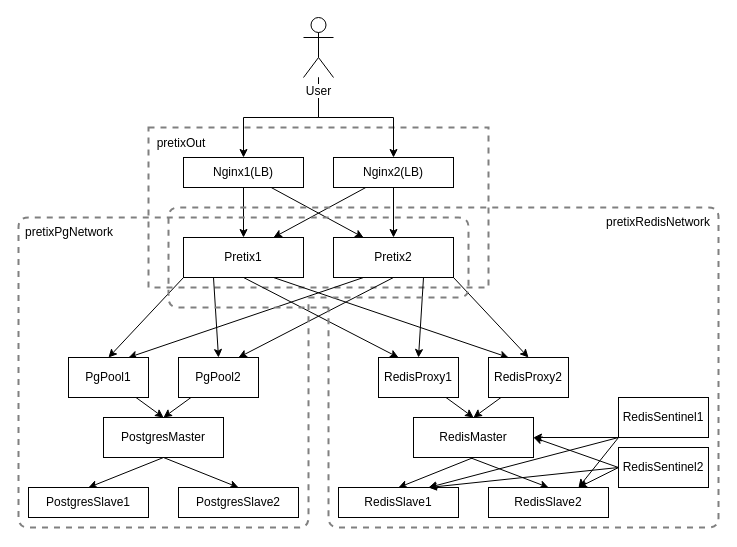
This is docs/reports/IntermediateReport/diagrams/InfrastructureArchitecture.drawio from FilipeLopesPires/Pretix-DistributedDeployment, a draw.io file, before an edit. Source tidied: cells renumbered, new cells numbered last; positions are measured from the earlier drawing's top-left corner, leaving out a move shared by most shapes. Both pictures are drawn from the tidied source at 100%, with x=0, y=0 at pixel (18, 17).
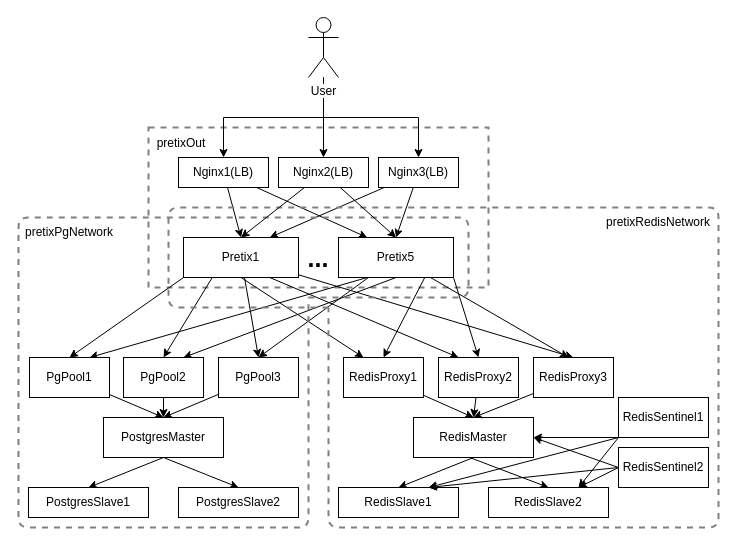
The same page after the edit.

Commit message (it also covers changes not shown here):
added locust Dockerfile and updated arch diagram

The change refers to these unchanged cells:
```xml
<mxCell id="32" value="PostgresMaster" style="rounded=0;whiteSpace=wrap;html=1;" parent="1" vertex="1">
  <mxGeometry x="85" y="400" width="120" height="40" as="geometry" />
</mxCell>
<mxCell id="35" value="RedisMaster" style="rounded=0;whiteSpace=wrap;html=1;" parent="1" vertex="1">
  <mxGeometry x="395" y="400" width="120" height="40" as="geometry" />
</mxCell>
```

The edit, as a diff of the source:
```diff
@@
     <mxCell id="3" style="edgeStyle=orthogonalEdgeStyle;rounded=0;jettySize=auto;html=1;entryX=0.5;entryY=0;entryDx=0;entryDy=0;" parent="1" edge="1" source="5" target="8">
       <mxGeometry relative="1" as="geometry">
         <Array as="points">
-          <mxPoint x="300" y="100" />
-          <mxPoint x="225" y="100" />
+          <mxPoint x="305" y="100" />
+          <mxPoint x="205" y="100" />
         </Array>
       </mxGeometry>
     </mxCell>
     <mxCell id="4" style="edgeStyle=orthogonalEdgeStyle;rounded=0;jettySize=auto;html=1;entryX=0.5;entryY=0;entryDx=0;entryDy=0;" parent="1" edge="1" source="5" target="11">
       <mxGeometry relative="1" as="geometry">
         <Array as="points">
-          <mxPoint x="300" y="100" />
-          <mxPoint x="375" y="100" />
+          <mxPoint x="305" y="100" />
+          <mxPoint x="400" y="100" />
         </Array>
       </mxGeometry>
     </mxCell>
+    <mxCell id="52" style="edgeStyle=orthogonalEdgeStyle;rounded=0;jettySize=auto;html=1;entryX=0.5;entryY=0;entryDx=0;entryDy=0;" parent="1" edge="1" source="5" target="59">
+      <mxGeometry relative="1" as="geometry" />
+    </mxCell>
     <mxCell id="5" value="&lt;div&gt;User&lt;/div&gt;" style="shape=umlActor;verticalLabelPosition=bottom;labelBackgroundColor=#ffffff;verticalAlign=top;html=1;outlineConnect=0;" parent="1" vertex="1">
-      <mxGeometry x="285" width="30" height="60" as="geometry" />
+      <mxGeometry x="290" width="30" height="60" as="geometry" />
     </mxCell>
@@
     <mxCell id="8" value="Nginx1(LB)" style="rounded=0;whiteSpace=wrap;html=1;" parent="1" vertex="1">
-      <mxGeometry x="165" y="140" width="120" height="30" as="geometry" />
+      <mxGeometry x="160" y="140" width="90" height="30" as="geometry" />
     </mxCell>
@@
-    <mxCell id="10" style="edgeStyle=none;rounded=0;jettySize=auto;html=1;" parent="1" edge="1" source="11" target="21">
+    <mxCell id="10" style="edgeStyle=none;rounded=0;jettySize=auto;html=1;entryX=0.5;entryY=0;entryDx=0;entryDy=0;" parent="1" edge="1" source="11" target="21">
       <mxGeometry relative="1" as="geometry" />
     </mxCell>
-    <mxCell id="11" value="Nginx2(LB)" style="rounded=0;whiteSpace=wrap;html=1;" parent="1" vertex="1">
-      <mxGeometry x="315" y="140" width="120" height="30" as="geometry" />
+    <mxCell id="11" value="Nginx3(LB)" style="rounded=0;whiteSpace=wrap;html=1;" parent="1" vertex="1">
+      <mxGeometry x="360" y="140" width="80" height="30" as="geometry" />
     </mxCell>
@@
+    <mxCell id="53" style="edgeStyle=none;rounded=0;jettySize=auto;html=1;entryX=0.5;entryY=0;entryDx=0;entryDy=0;" parent="1" edge="1" source="16" target="64">
+      <mxGeometry relative="1" as="geometry" />
+    </mxCell>
+    <mxCell id="54" style="edgeStyle=none;rounded=0;jettySize=auto;html=1;entryX=0.5;entryY=0;entryDx=0;entryDy=0;" parent="1" edge="1" source="16" target="62">
+      <mxGeometry relative="1" as="geometry" />
+    </mxCell>
     <mxCell id="16" value="Pretix1" style="rounded=0;whiteSpace=wrap;html=1;" parent="1" vertex="1">
-      <mxGeometry x="165" y="220" width="120" height="40" as="geometry" />
+      <mxGeometry x="165" y="220" width="115" height="40" as="geometry" />
     </mxCell>
@@
+    <mxCell id="55" style="edgeStyle=none;rounded=0;jettySize=auto;html=1;" parent="1" edge="1" source="21">
+      <mxGeometry relative="1" as="geometry">
+        <mxPoint x="240" y="340" as="targetPoint" />
+      </mxGeometry>
+    </mxCell>
+    <mxCell id="56" style="edgeStyle=none;rounded=0;jettySize=auto;html=1;" parent="1" edge="1" source="21">
+      <mxGeometry relative="1" as="geometry">
+        <mxPoint x="550" y="340" as="targetPoint" />
+      </mxGeometry>
+    </mxCell>
-    <mxCell id="21" value="Pretix2" style="rounded=0;whiteSpace=wrap;html=1;" parent="1" vertex="1">
-      <mxGeometry x="315" y="220" width="120" height="40" as="geometry" />
+    <mxCell id="21" value="Pretix5" style="rounded=0;whiteSpace=wrap;html=1;" parent="1" vertex="1">
+      <mxGeometry x="320" y="220" width="115" height="40" as="geometry" />
     </mxCell>
@@
     <mxCell id="23" value="PgPool1" style="rounded=0;whiteSpace=wrap;html=1;" parent="1" vertex="1">
-      <mxGeometry x="50" y="340" width="80" height="40" as="geometry" />
+      <mxGeometry x="11" y="340" width="80" height="40" as="geometry" />
     </mxCell>
@@
     <mxCell id="25" value="PgPool2" style="rounded=0;whiteSpace=wrap;html=1;" parent="1" vertex="1">
-      <mxGeometry x="160" y="340" width="80" height="40" as="geometry" />
+      <mxGeometry x="105" y="340" width="80" height="40" as="geometry" />
     </mxCell>
@@
     <mxCell id="27" value="RedisProxy1" style="rounded=0;whiteSpace=wrap;html=1;" parent="1" vertex="1">
-      <mxGeometry x="360" y="340" width="80" height="40" as="geometry" />
+      <mxGeometry x="325" y="340" width="80" height="40" as="geometry" />
     </mxCell>
@@
     <mxCell id="29" value="RedisProxy2" style="rounded=0;whiteSpace=wrap;html=1;" parent="1" vertex="1">
-      <mxGeometry x="470" y="340" width="80" height="40" as="geometry" />
+      <mxGeometry x="420" y="340" width="80" height="40" as="geometry" />
     </mxCell>
@@
+    <mxCell id="57" style="rounded=0;jettySize=auto;html=1;entryX=0.5;entryY=0;entryDx=0;entryDy=0;" parent="1" edge="1" source="59" target="16">
+      <mxGeometry relative="1" as="geometry" />
+    </mxCell>
+    <mxCell id="58" style="edgeStyle=none;rounded=0;jettySize=auto;html=1;entryX=0.5;entryY=0;entryDx=0;entryDy=0;" parent="1" edge="1" source="59" target="21">
+      <mxGeometry relative="1" as="geometry" />
+    </mxCell>
+    <mxCell id="59" value="Nginx2(LB)" style="rounded=0;whiteSpace=wrap;html=1;" parent="1" vertex="1">
+      <mxGeometry x="260" y="140" width="90" height="30" as="geometry" />
+    </mxCell>
+    <mxCell id="60" value="&lt;b&gt;&lt;font style=&quot;font-size: 25px&quot;&gt;...&lt;/font&gt;&lt;/b&gt;" style="text;html=1;strokeColor=none;fillColor=none;align=center;verticalAlign=middle;whiteSpace=wrap;rounded=0;" parent="1" vertex="1">
+      <mxGeometry x="280" y="230" width="40" height="20" as="geometry" />
+    </mxCell>
+    <mxCell id="61" style="edgeStyle=none;rounded=0;jettySize=auto;html=1;entryX=0.5;entryY=0;entryDx=0;entryDy=0;" parent="1" edge="1" source="62" target="35">
+      <mxGeometry relative="1" as="geometry" />
+    </mxCell>
+    <mxCell id="62" value="RedisProxy3" style="rounded=0;whiteSpace=wrap;html=1;" parent="1" vertex="1">
+      <mxGeometry x="515" y="340" width="80" height="40" as="geometry" />
+    </mxCell>
+    <mxCell id="63" style="edgeStyle=none;rounded=0;jettySize=auto;html=1;entryX=0.5;entryY=0;entryDx=0;entryDy=0;" parent="1" edge="1" source="64" target="32">
+      <mxGeometry relative="1" as="geometry" />
+    </mxCell>
+    <mxCell id="64" value="PgPool3" style="rounded=0;whiteSpace=wrap;html=1;" parent="1" vertex="1">
+      <mxGeometry x="200" y="340" width="80" height="40" as="geometry" />
+    </mxCell>
```
